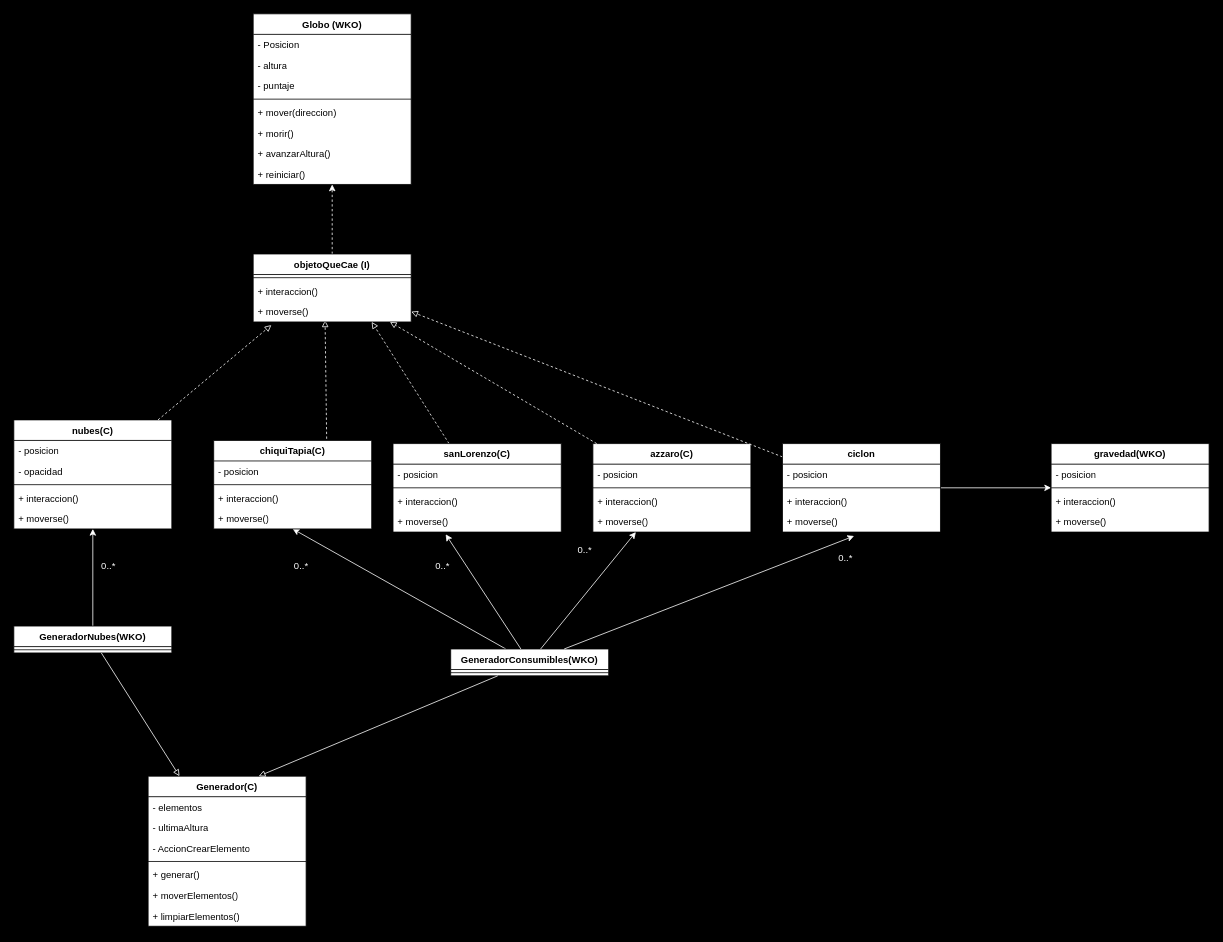
Above: diagramaClases.drawio in pdepjm/2026-o-game-odio-prolog (draw.io), before the change. Source tidied: cells renumbered, new cells numbered last; positions are measured from the earlier drawing's top-left corner, leaving out a move shared by most shapes. Both pictures are drawn from the tidied source at 79%, with x=0, y=0 at pixel (13, 13).
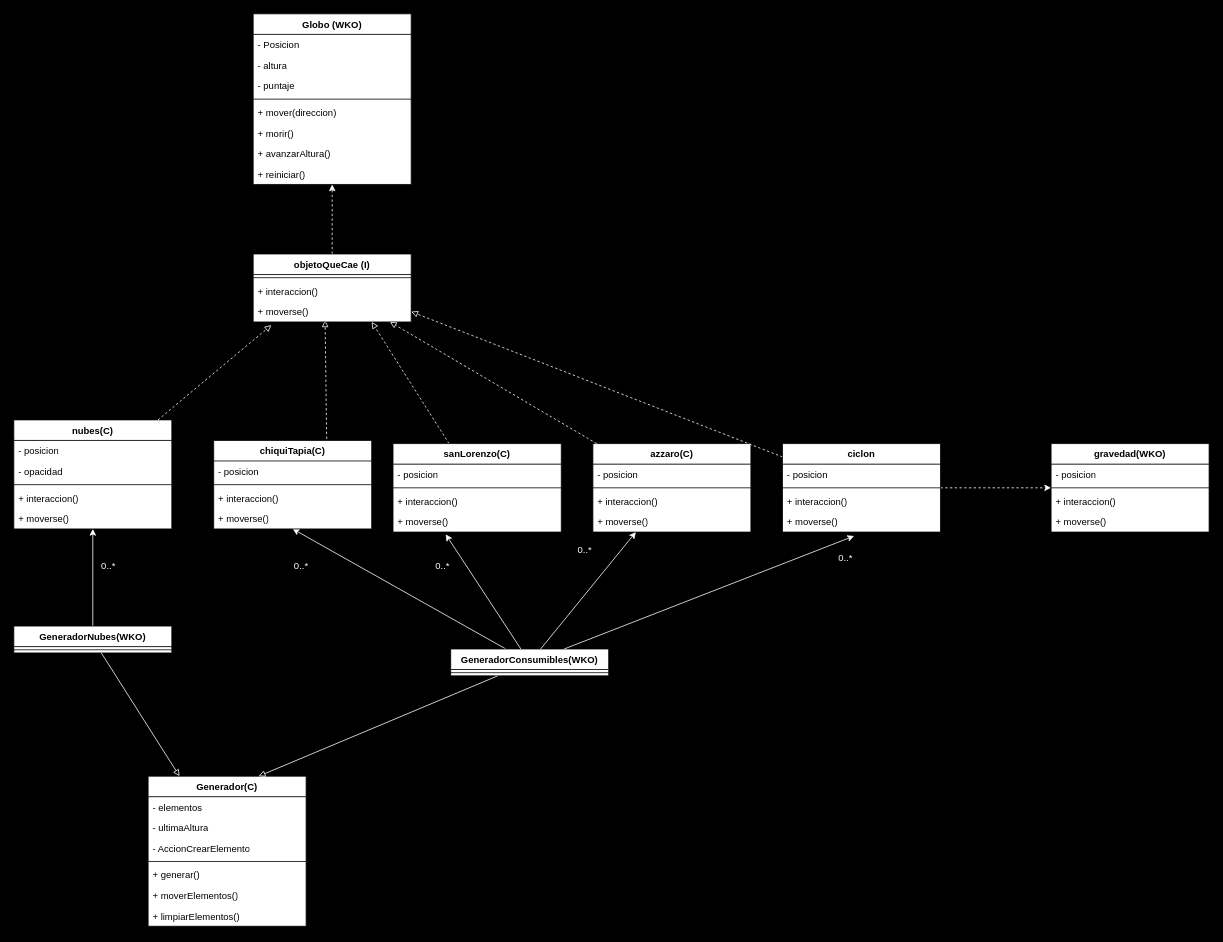
The same page after the edit.

Unchanged cells that the change refers to:
```xml
<mxCell id="66" value="ciclon" style="swimlane;fontStyle=1;align=center;verticalAlign=top;horizontal=1;startSize=26;whiteSpace=wrap;html=1;swimlaneFillColor=default;" parent="1" vertex="1">
  <mxGeometry x="973" y="544" width="200" height="112" as="geometry" />
</mxCell>
<mxCell id="73" value="gravedad(WKO)" style="swimlane;fontStyle=1;align=center;verticalAlign=top;horizontal=1;startSize=26;whiteSpace=wrap;html=1;swimlaneFillColor=default;" parent="1" vertex="1">
  <mxGeometry x="1313" y="544" width="200" height="112" as="geometry" />
</mxCell>
```

What changed in the source:
```diff
@@
-    <mxCell id="65" style="edgeStyle=none;html=1;entryX=0;entryY=0.5;entryDx=0;entryDy=0;strokeColor=#FFFFFF;" parent="1" edge="1" source="66" target="73">
+    <mxCell id="65" style="edgeStyle=none;html=1;entryX=0;entryY=0.5;entryDx=0;entryDy=0;strokeColor=#FFFFFF;dashed=1;" parent="1" edge="1" source="66" target="73">
       <mxGeometry relative="1" as="geometry" />
     </mxCell>
```
